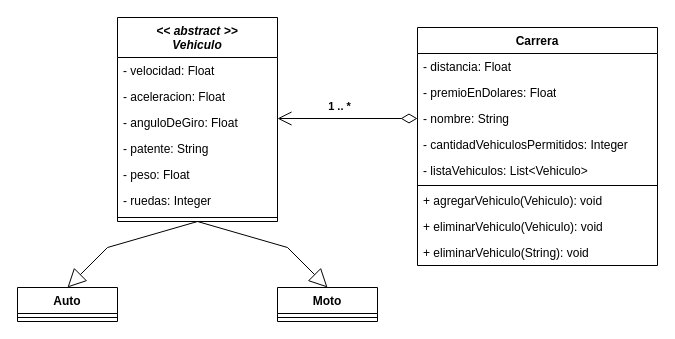
faacosta/IT-BOOTCAMP keeps this draw.io diagram as 02-MODULE-JAVA/05-EJERCICIOS-INTEGRADORES/dakar/diagrama-clases.drawio. Above is the earlier version. Source tidied: cells renumbered, new cells numbered last; positions are measured from the earlier drawing's top-left corner, leaving out a move shared by most shapes. Both pictures are drawn from the tidied source at 100%, with x=0, y=0 at pixel (17, 17).
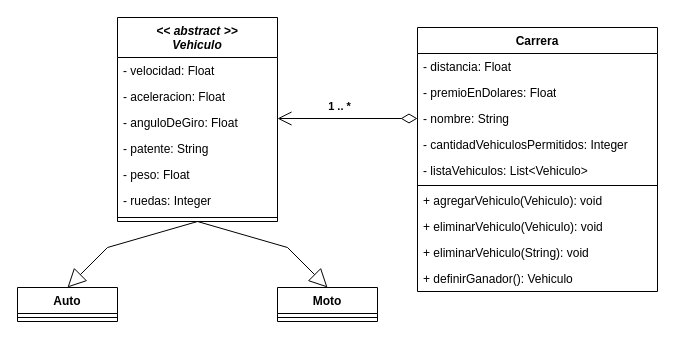
Above is the later version.

Commit message:
Agrego método para definir ganador

Diff of the diagram source:
```diff
@@
     <mxCell id="10" value="Carrera" style="swimlane;fontStyle=1;align=center;verticalAlign=top;horizontal=1;startSize=26;whiteSpace=wrap;html=1;" parent="1" vertex="1">
-      <mxGeometry x="400" y="10" width="240" height="238" as="geometry" />
+      <mxGeometry x="400" y="10" width="240" height="264" as="geometry" />
     </mxCell>
@@
+    <mxCell id="28" value="+ definirGanador(): Vehiculo" style="text;strokeColor=none;fillColor=none;align=left;verticalAlign=top;spacingLeft=4;spacingRight=4;overflow=hidden;whiteSpace=wrap;html=1;" parent="10" vertex="1">
+      <mxGeometry y="238" width="240" height="26" as="geometry" />
+    </mxCell>
```
